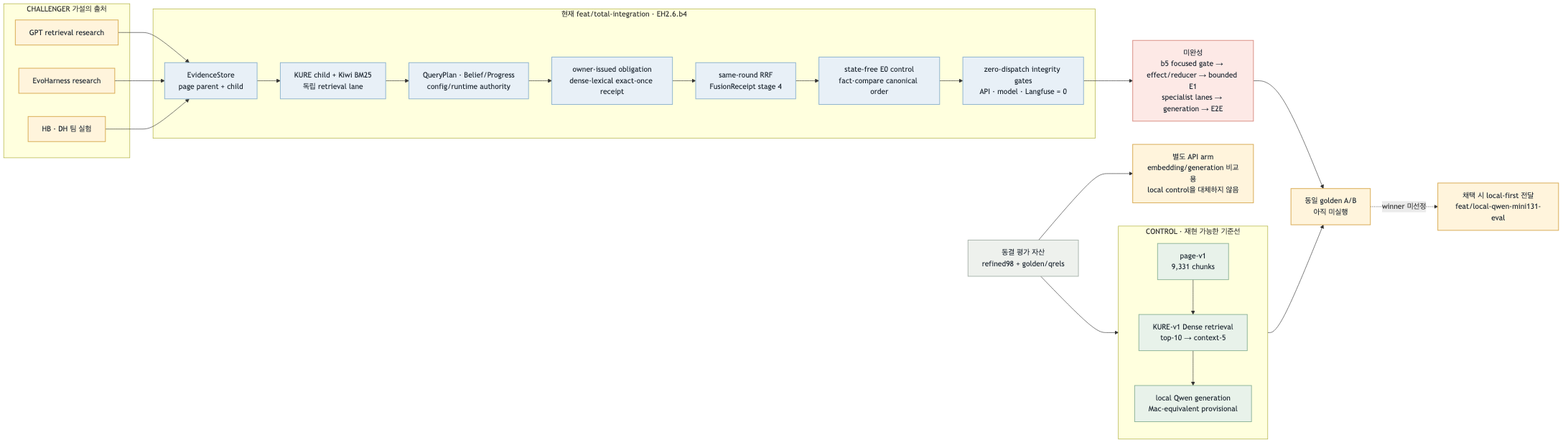
Above: fivecircles/architecture/specs/evidence-harness-progress-current-flow.png in KongSeok/sprint-public-procurement-rag-assistant (Mermaid), before the change. Its source is kept beside it as fivecircles/architecture/specs/evidence-harness-progress-current-flow.mmd.
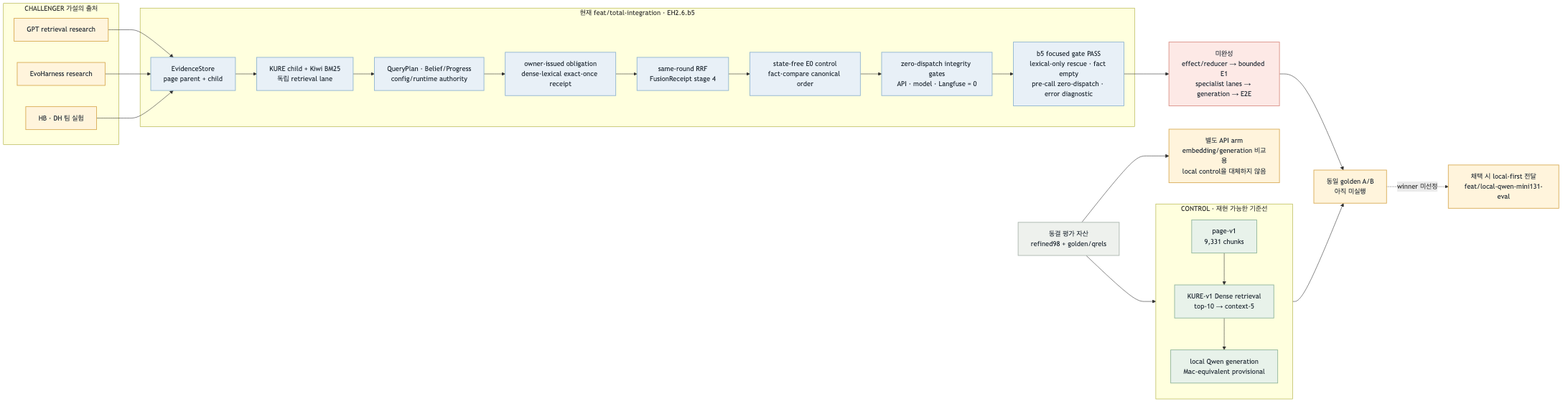
Above is the later version.

Commit message:
test(harness): close b5 retrieval gate

The edit, as a diff of the source:
```diff
@@ -16,7 +16,7 @@
     R3["HB · DH 팀 실험"]
   end
 
-  subgraph BUILD["현재 feat/total-integration · EH2.6.b4"]
+  subgraph BUILD["현재 feat/total-integration · EH2.6.b5"]
     C1["EvidenceStore<br/>page parent + child"]
     C2["KURE child + Kiwi BM25<br/>독립 retrieval lane"]
     C3["QueryPlan · Belief/Progress<br/>config/runtime authority"]
@@ -24,10 +24,11 @@
     C5["same-round RRF<br/>FusionReceipt stage 4"]
     C6["state-free E0 control<br/>fact·compare canonical order"]
     C7["zero-dispatch integrity gates<br/>API · model · Langfuse = 0"]
-    C1 --> C2 --> C3 --> C4 --> C5 --> C6 --> C7
+    C8["b5 focused gate PASS<br/>lexical-only rescue · fact empty<br/>pre-call zero-dispatch · error diagnostic"]
+    C1 --> C2 --> C3 --> C4 --> C5 --> C6 --> C7 --> C8
   end
 
-  GAP["미완성<br/>b5 focused gate → effect/reducer → bounded E1<br/>specialist lanes → generation → E2E"]
+  GAP["미완성<br/>effect/reducer → bounded E1<br/>specialist lanes → generation → E2E"]
   SELECT["동일 golden A/B<br/>아직 미실행"]
   LOCAL["채택 시 local-first 전달<br/>feat/local-qwen-mini131-eval"]
 
@@ -36,7 +37,7 @@
   R1 --> C1
   R2 --> C1
   R3 --> C1
-  C7 --> GAP --> SELECT
+  C8 --> GAP --> SELECT
   CONTROL --> SELECT
   SELECT -. "winner 미선정" .-> LOCAL
 
@@ -46,7 +47,7 @@
   classDef red fill:#fde9e6,stroke:#d98e84,color:#1f2933,stroke-width:1.5px
   classDef gray fill:#eef1ed,stroke:#aab5ad,color:#1f2933,stroke-width:1.5px
   class B1,B2,B3 green
-  class C1,C2,C3,C4,C5,C6,C7 blue
+  class C1,C2,C3,C4,C5,C6,C7,C8 blue
   class GOLD gray
   class R1,R2,R3,API amber
   class GAP red
```
